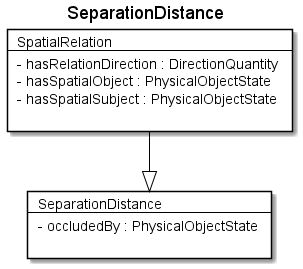
The PlantUML diagram fragments/diagrams/SeparationDistance.png in rtigran/rdf2adoc, before a commit. Source of this version:
```plantuml
@startuml
Title SeparationDistance

Card SeparationDistance #fff [
SeparationDistance
----
- occludedBy : PhysicalObjectState

]
Card SpatialRelation #fff [
SpatialRelation
----
- hasRelationDirection : DirectionQuantity
- hasSpatialObject : PhysicalObjectState
- hasSpatialSubject : PhysicalObjectState

]
SpatialRelation --|> SeparationDistance  #000
@enduml
```
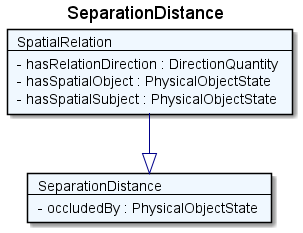
After the commit.

The edit, as a diff of the source:
```diff
@@ -1,19 +1,17 @@
 @startuml
 Title SeparationDistance
 
-Card SeparationDistance #fff [
+Card SeparationDistance #F0F8FF [
 SeparationDistance
 ----
 - occludedBy : PhysicalObjectState
-
 ]
-Card SpatialRelation #fff [
+Card SpatialRelation #F0F8FF [
 SpatialRelation
 ----
 - hasRelationDirection : DirectionQuantity
 - hasSpatialObject : PhysicalObjectState
 - hasSpatialSubject : PhysicalObjectState
-
 ]
-SpatialRelation --|> SeparationDistance  #000
+SpatialRelation --|> SeparationDistance  #00008B
 @enduml
```
